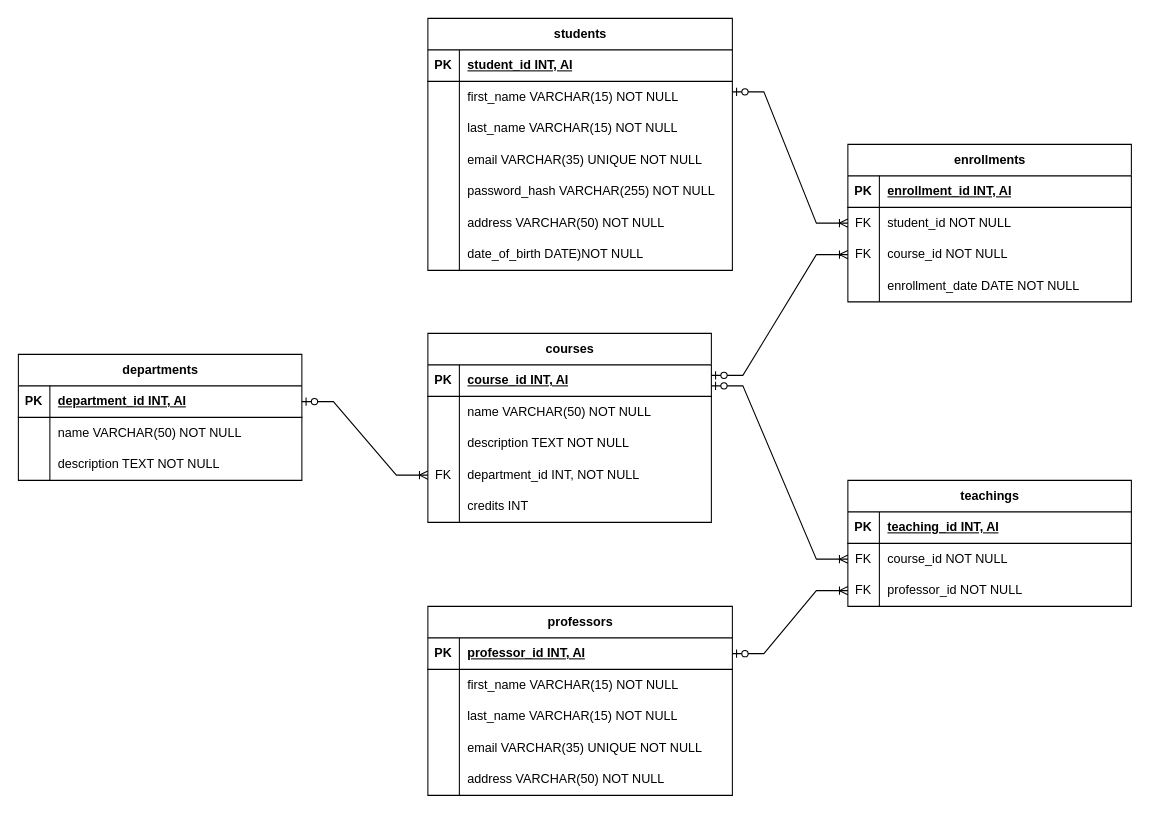
Above: Phase2_graded_challenge2.drawio in suryasaputra2016/YourFirstSite (draw.io), before the change. Source tidied: cells renumbered, new cells numbered last; positions are measured from the earlier drawing's top-left corner, leaving out a move shared by most shapes. Both pictures are drawn from the tidied source at 105%, with x=0, y=0 at pixel (18, -166).
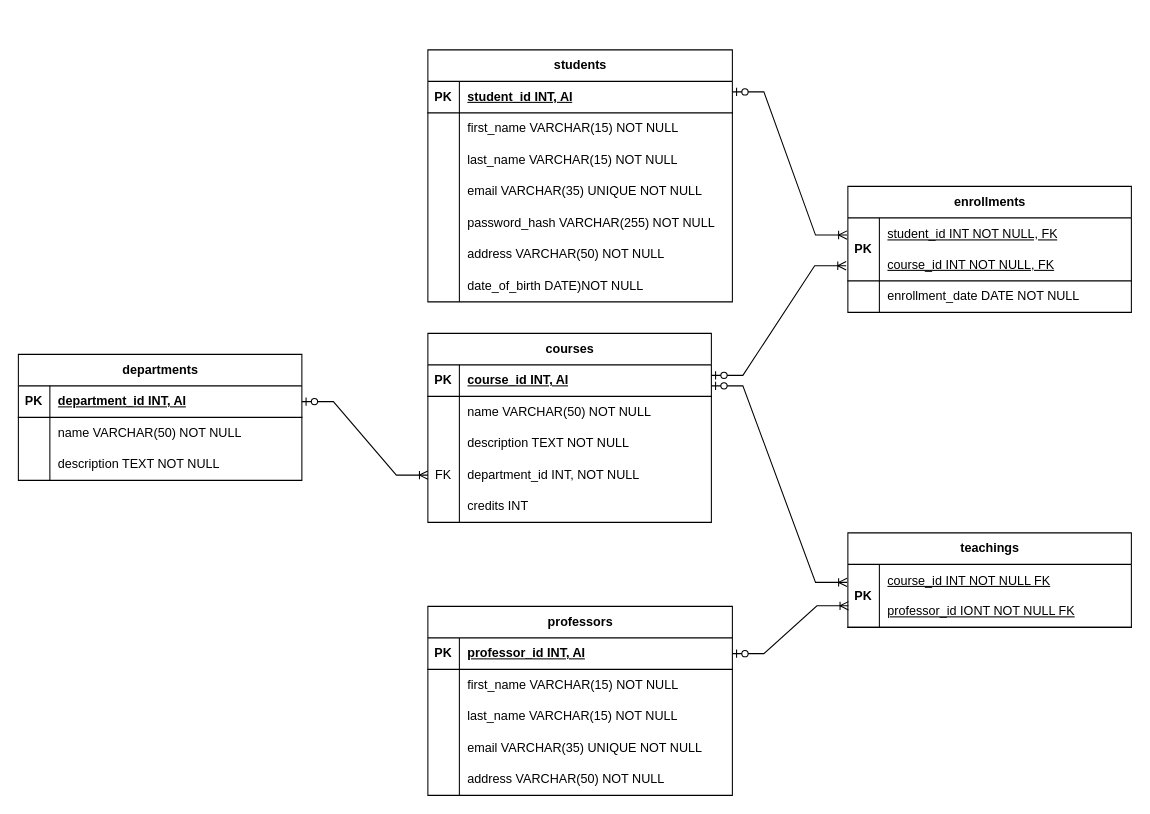
The same diagram, later.

The edit, as a diff of the source:
```diff
@@
     <mxCell id="2" value="students" style="shape=table;startSize=30;childLayout=tableLayout;rowLines=0;fontStyle=1;align=center;html=1;" parent="1" vertex="1">
-      <mxGeometry x="390" y="175" width="290" height="240" as="geometry" />
+      <mxGeometry x="390" y="205" width="290" height="240" as="geometry" />
     </mxCell>
@@
     <mxCell id="56" value="enrollments" style="shape=table;startSize=30;childLayout=tableLayout;rowLines=0;fontStyle=1;align=center;html=1;" parent="1" vertex="1">
-      <mxGeometry x="790" y="295" width="270" height="150" as="geometry" />
+      <mxGeometry x="790" y="335" width="270" height="120" as="geometry" />
     </mxCell>
     <mxCell id="57" style="shape=tableRow;horizontal=0;startSize=0;swimlaneHead=0;swimlaneBody=0;fillColor=none;points=[[0,0.5],[1,0.5]];portConstraint=eastwest;top=0;left=0;right=0;bottom=1;" parent="56" vertex="1">
-      <mxGeometry y="30" width="270" height="30" as="geometry" />
+      <mxGeometry y="30" width="270" height="60" as="geometry" />
     </mxCell>
     <mxCell id="58" value="PK" style="shape=partialRectangle;fillColor=none;top=0;left=0;bottom=0;right=0;fontStyle=1;overflow=hidden;whiteSpace=wrap;html=1;" parent="57" vertex="1">
-      <mxGeometry width="30" height="30" as="geometry" />
+      <mxGeometry width="30" height="60" as="geometry" />
     </mxCell>
-    <mxCell id="59" value="enrollment_id INT, AI" style="shape=partialRectangle;fillColor=none;top=0;left=0;bottom=0;right=0;align=left;spacingLeft=6;fontStyle=5;overflow=hidden;whiteSpace=wrap;html=1;" parent="57" vertex="1">
-      <mxGeometry x="30" width="240" height="30" as="geometry" />
+    <mxCell id="59" value="&lt;span style=&quot;font-weight: 400; text-decoration: none;&quot;&gt;student_id INT NOT NULL, FK&lt;/span&gt;&lt;div&gt;&lt;span style=&quot;font-weight: 400;&quot;&gt;&lt;br&gt;&lt;/span&gt;&lt;div style=&quot;font-weight: 400; text-decoration: none;&quot;&gt;course_id INT NOT NULL, FK&lt;/div&gt;&lt;/div&gt;" style="shape=partialRectangle;fillColor=none;top=0;left=0;bottom=0;right=0;align=left;spacingLeft=6;fontStyle=5;overflow=hidden;whiteSpace=wrap;html=1;" parent="57" vertex="1">
+      <mxGeometry x="30" width="240" height="60" as="geometry" />
     </mxCell>
-    <mxCell id="60" style="shape=tableRow;horizontal=0;startSize=0;swimlaneHead=0;swimlaneBody=0;fillColor=none;points=[[0,0.5],[1,0.5]];portConstraint=eastwest;top=0;left=0;right=0;bottom=0;" parent="56" vertex="1">
-      <mxGeometry y="60" width="270" height="30" as="geometry" />
-    </mxCell>
-    <mxCell id="61" value="FK" style="shape=partialRectangle;fillColor=none;top=0;left=0;bottom=0;right=0;overflow=hidden;whiteSpace=wrap;html=1;" parent="60" vertex="1">
-      <mxGeometry width="30" height="30" as="geometry" />
-    </mxCell>
-    <mxCell id="62" value="student_id NOT NULL" style="shape=partialRectangle;fillColor=none;top=0;left=0;bottom=0;right=0;align=left;spacingLeft=6;overflow=hidden;whiteSpace=wrap;html=1;" parent="60" vertex="1">
-      <mxGeometry x="30" width="240" height="30" as="geometry" />
-    </mxCell>
-    <mxCell id="63" style="shape=tableRow;horizontal=0;startSize=0;swimlaneHead=0;swimlaneBody=0;fillColor=none;points=[[0,0.5],[1,0.5]];portConstraint=eastwest;top=0;left=0;right=0;bottom=0;" parent="56" vertex="1">
-      <mxGeometry y="90" width="270" height="30" as="geometry" />
-    </mxCell>
-    <mxCell id="64" value="FK" style="shape=partialRectangle;fillColor=none;top=0;left=0;bottom=0;right=0;overflow=hidden;whiteSpace=wrap;html=1;" parent="63" vertex="1">
-      <mxGeometry width="30" height="30" as="geometry" />
-    </mxCell>
-    <mxCell id="65" value="course_id NOT NULL" style="shape=partialRectangle;fillColor=none;top=0;left=0;bottom=0;right=0;align=left;spacingLeft=6;overflow=hidden;whiteSpace=wrap;html=1;" parent="63" vertex="1">
-      <mxGeometry x="30" width="240" height="30" as="geometry" />
-    </mxCell>
     <mxCell id="66" style="shape=tableRow;horizontal=0;startSize=0;swimlaneHead=0;swimlaneBody=0;fillColor=none;top=0;left=0;right=0;bottom=0;" parent="56" vertex="1">
-      <mxGeometry y="120" width="270" height="30" as="geometry" />
+      <mxGeometry y="90" width="270" height="30" as="geometry" />
     </mxCell>
@@
     <mxCell id="79" value="teachings" style="shape=table;startSize=30;childLayout=tableLayout;rowLines=0;fontStyle=1;align=center;html=1;" parent="1" vertex="1">
-      <mxGeometry x="790" y="615" width="270" height="120" as="geometry" />
+      <mxGeometry x="790" y="665" width="270" height="90" as="geometry" />
     </mxCell>
     <mxCell id="80" style="shape=tableRow;horizontal=0;startSize=0;swimlaneHead=0;swimlaneBody=0;fillColor=none;points=[[0,0.5],[1,0.5]];portConstraint=eastwest;top=0;left=0;right=0;bottom=1;" parent="79" vertex="1">
-      <mxGeometry y="30" width="270" height="30" as="geometry" />
+      <mxGeometry y="30" width="270" height="60" as="geometry" />
     </mxCell>
     <mxCell id="81" value="PK" style="shape=partialRectangle;fillColor=none;top=0;left=0;bottom=0;right=0;fontStyle=1;overflow=hidden;whiteSpace=wrap;html=1;" parent="80" vertex="1">
-      <mxGeometry width="30" height="30" as="geometry" />
+      <mxGeometry width="30" height="60" as="geometry" />
     </mxCell>
-    <mxCell id="82" value="teaching_id INT, AI" style="shape=partialRectangle;fillColor=none;top=0;left=0;bottom=0;right=0;align=left;spacingLeft=6;fontStyle=5;overflow=hidden;whiteSpace=wrap;html=1;" parent="80" vertex="1">
-      <mxGeometry x="30" width="240" height="30" as="geometry" />
+    <mxCell id="82" value="&lt;span style=&quot;font-weight: 400; text-decoration: none;&quot;&gt;course_id INT NOT NULL FK&lt;/span&gt;&lt;br&gt;&lt;div&gt;&lt;span style=&quot;font-weight: 400; text-decoration: none;&quot;&gt;&lt;br&gt;&lt;/span&gt;&lt;/div&gt;&lt;div&gt;&lt;span style=&quot;font-weight: 400; text-decoration: none;&quot;&gt;professor_id IONT NOT NULL FK&lt;/span&gt;&lt;span style=&quot;font-weight: 400; text-decoration: none;&quot;&gt;&lt;br&gt;&lt;/span&gt;&lt;/div&gt;" style="shape=partialRectangle;fillColor=none;top=0;left=0;bottom=0;right=0;align=left;spacingLeft=6;fontStyle=5;overflow=hidden;whiteSpace=wrap;html=1;" parent="80" vertex="1">
+      <mxGeometry x="30" width="240" height="60" as="geometry" />
     </mxCell>
-    <mxCell id="83" style="shape=tableRow;horizontal=0;startSize=0;swimlaneHead=0;swimlaneBody=0;fillColor=none;points=[[0,0.5],[1,0.5]];portConstraint=eastwest;top=0;left=0;right=0;bottom=0;" parent="79" vertex="1">
-      <mxGeometry y="60" width="270" height="30" as="geometry" />
-    </mxCell>
-    <mxCell id="84" value="FK" style="shape=partialRectangle;fillColor=none;top=0;left=0;bottom=0;right=0;overflow=hidden;whiteSpace=wrap;html=1;" parent="83" vertex="1">
-      <mxGeometry width="30" height="30" as="geometry" />
-    </mxCell>
-    <mxCell id="85" value="course_id NOT NULL" style="shape=partialRectangle;fillColor=none;top=0;left=0;bottom=0;right=0;align=left;spacingLeft=6;overflow=hidden;whiteSpace=wrap;html=1;" parent="83" vertex="1">
-      <mxGeometry x="30" width="240" height="30" as="geometry" />
-    </mxCell>
-    <mxCell id="86" style="shape=tableRow;horizontal=0;startSize=0;swimlaneHead=0;swimlaneBody=0;fillColor=none;points=[[0,0.5],[1,0.5]];portConstraint=eastwest;top=0;left=0;right=0;bottom=0;" parent="79" vertex="1">
-      <mxGeometry y="90" width="270" height="30" as="geometry" />
-    </mxCell>
-    <mxCell id="87" value="FK" style="shape=partialRectangle;fillColor=none;top=0;left=0;bottom=0;right=0;overflow=hidden;whiteSpace=wrap;html=1;" parent="86" vertex="1">
-      <mxGeometry width="30" height="30" as="geometry" />
-    </mxCell>
-    <mxCell id="88" value="professor_id NOT NULL" style="shape=partialRectangle;fillColor=none;top=0;left=0;bottom=0;right=0;align=left;spacingLeft=6;overflow=hidden;whiteSpace=wrap;html=1;" parent="86" vertex="1">
-      <mxGeometry x="30" width="240" height="30" as="geometry" />
-    </mxCell>
@@
-    <mxCell id="90" style="edgeStyle=entityRelationEdgeStyle;fontSize=12;html=1;endArrow=ERoneToMany;startArrow=ERzeroToOne;rounded=0;exitX=1;exitY=0.5;exitDx=0;exitDy=0;entryX=0;entryY=0.5;entryDx=0;entryDy=0;" parent="1" edge="1" target="60">
+    <mxCell id="90" style="edgeStyle=entityRelationEdgeStyle;fontSize=12;html=1;endArrow=ERoneToMany;startArrow=ERzeroToOne;rounded=0;exitX=1;exitY=0.5;exitDx=0;exitDy=0;entryX=-0.003;entryY=0.273;entryDx=0;entryDy=0;entryPerimeter=0;" parent="1" edge="1" target="57">
       <mxGeometry relative="1" as="geometry">
         <mxPoint x="680" y="245" as="sourcePoint" />
         <Array as="points">
           <mxPoint x="1170" />
         </Array>
       </mxGeometry>
     </mxCell>
-    <mxCell id="91" style="edgeStyle=entityRelationEdgeStyle;fontSize=12;html=1;endArrow=ERoneToMany;startArrow=ERzeroToOne;rounded=0;exitX=1;exitY=0.5;exitDx=0;exitDy=0;entryX=0;entryY=0.5;entryDx=0;entryDy=0;" parent="1" edge="1" target="63">
+    <mxCell id="91" style="edgeStyle=entityRelationEdgeStyle;fontSize=12;html=1;endArrow=ERoneToMany;startArrow=ERzeroToOne;rounded=0;exitX=1;exitY=0.5;exitDx=0;exitDy=0;entryX=-0.006;entryY=0.76;entryDx=0;entryDy=0;entryPerimeter=0;" parent="1" edge="1" target="57">
       <mxGeometry relative="1" as="geometry">
         <mxPoint x="660" y="515" as="sourcePoint" />
         <Array as="points">
           <mxPoint x="1150" y="270" />
         </Array>
       </mxGeometry>
     </mxCell>
-    <mxCell id="92" style="edgeStyle=entityRelationEdgeStyle;fontSize=12;html=1;endArrow=ERoneToMany;startArrow=ERzeroToOne;rounded=0;exitX=1;exitY=0.5;exitDx=0;exitDy=0;entryX=0;entryY=0.5;entryDx=0;entryDy=0;" parent="1" edge="1" target="83">
+    <mxCell id="92" style="edgeStyle=entityRelationEdgeStyle;fontSize=12;html=1;endArrow=ERoneToMany;startArrow=ERzeroToOne;rounded=0;exitX=1;exitY=0.5;exitDx=0;exitDy=0;entryX=-0.003;entryY=0.286;entryDx=0;entryDy=0;entryPerimeter=0;" parent="1" edge="1" target="80">
       <mxGeometry relative="1" as="geometry">
         <mxPoint x="660" y="525" as="sourcePoint" />
         <Array as="points">
           <mxPoint x="1150" y="280" />
         </Array>
       </mxGeometry>
     </mxCell>
-    <mxCell id="93" style="edgeStyle=entityRelationEdgeStyle;fontSize=12;html=1;endArrow=ERoneToMany;startArrow=ERzeroToOne;rounded=0;exitX=1;exitY=0.5;exitDx=0;exitDy=0;entryX=0;entryY=0.5;entryDx=0;entryDy=0;" parent="1" edge="1" target="86">
+    <mxCell id="93" style="edgeStyle=entityRelationEdgeStyle;fontSize=12;html=1;endArrow=ERoneToMany;startArrow=ERzeroToOne;rounded=0;exitX=1;exitY=0.5;exitDx=0;exitDy=0;entryX=0.002;entryY=0.658;entryDx=0;entryDy=0;entryPerimeter=0;" parent="1" edge="1" target="80">
       <mxGeometry relative="1" as="geometry">
         <mxPoint x="680" y="780" as="sourcePoint" />
         <Array as="points">
           <mxPoint x="1170" y="535" />
           <mxPoint x="740" y="1020" />
         </Array>
       </mxGeometry>
     </mxCell>
```
